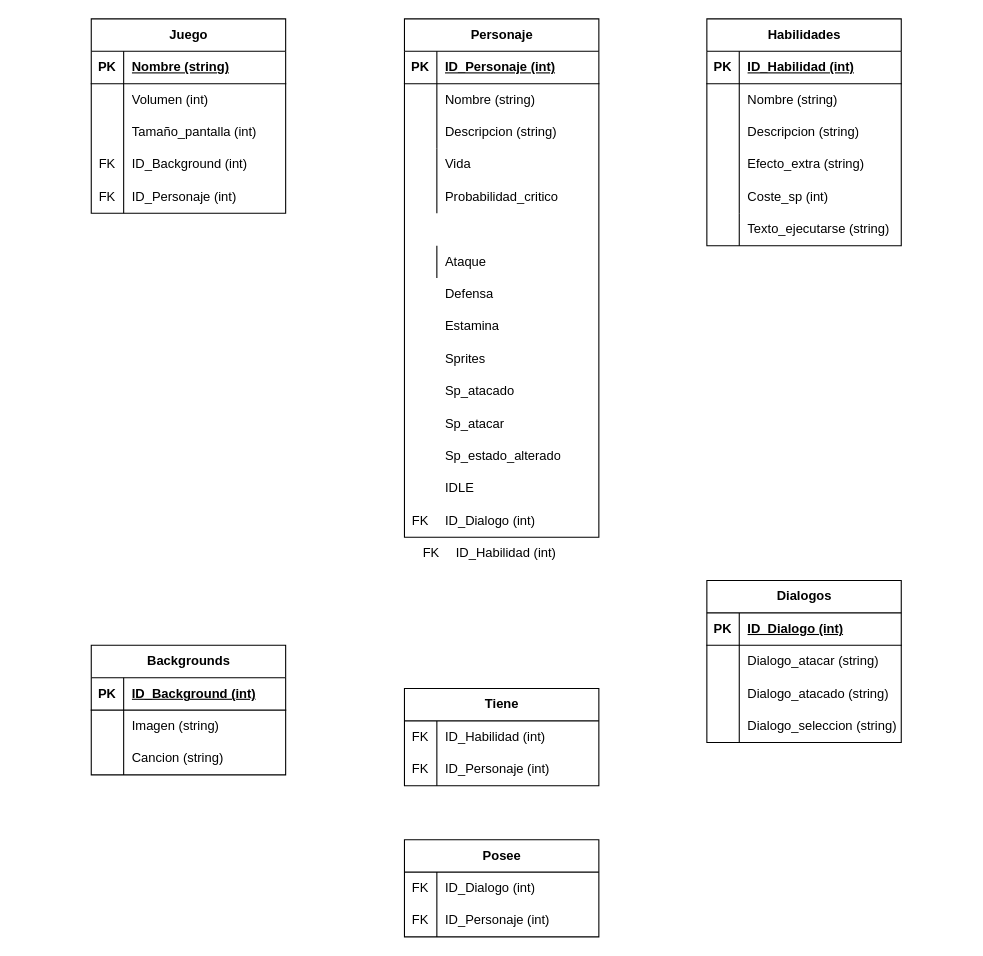
Earlier version of the draw.io diagram Documentacion/mr.drawio (Millicay/stage-combat). Source tidied: cells renumbered, new cells numbered last; positions are measured from the earlier drawing's top-left corner, leaving out a move shared by most shapes. Both pictures are drawn from the tidied source at 108%, with x=0, y=0 at pixel (91, 18).
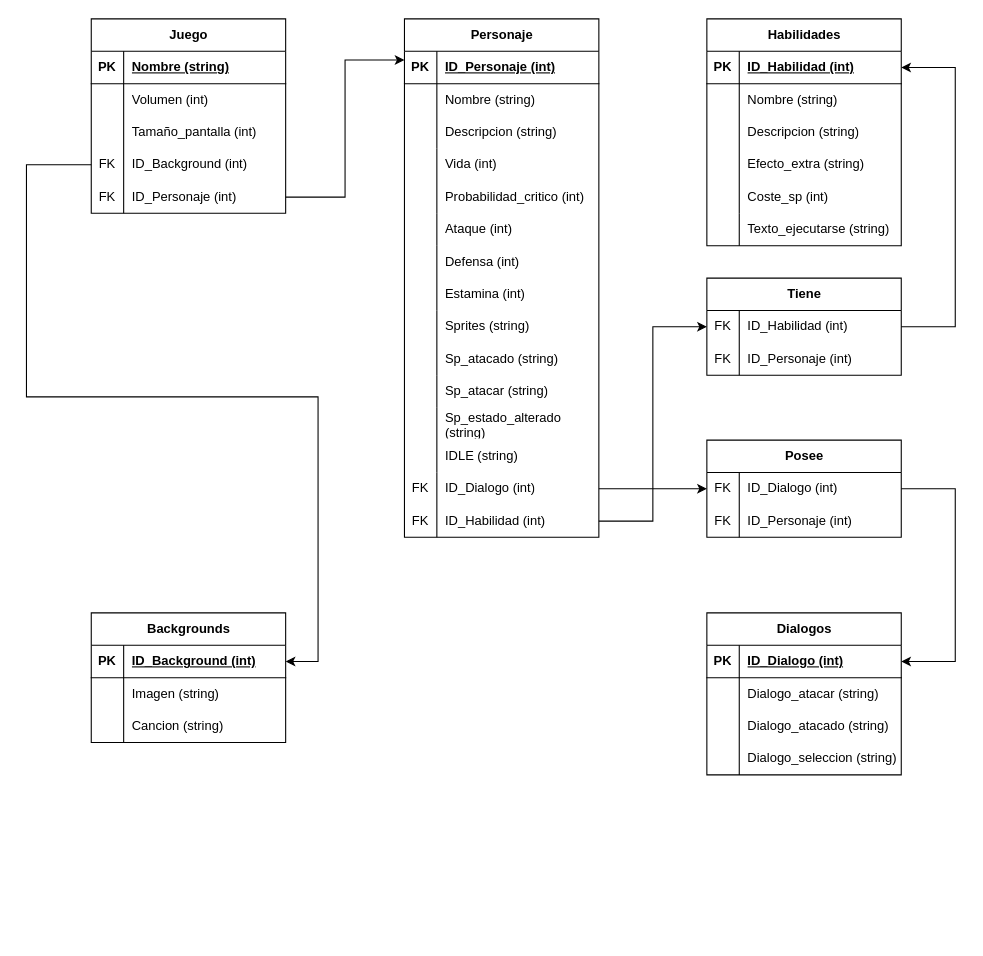
Above is the later version.

Unchanged cells that the change refers to:
```xml
<mxCell id="12" style="shape=tableRow;horizontal=0;startSize=0;swimlaneHead=0;swimlaneBody=0;fillColor=none;points=[[0,0.5],[1,0.5]];portConstraint=eastwest;top=0;left=0;right=0;bottom=0;" parent="2" vertex="1">
  <mxGeometry y="120" width="180" height="30" as="geometry" />
</mxCell>
<mxCell id="15" style="shape=tableRow;horizontal=0;startSize=30;swimlaneHead=0;swimlaneBody=0;fillColor=none;points=[[0,0.5],[1,0.5]];portConstraint=eastwest;top=0;left=0;right=0;bottom=0;" parent="1" vertex="1">
  <mxGeometry y="150" width="180" height="30" as="geometry" />
</mxCell>
<mxCell id="19" style="shape=tableRow;horizontal=0;startSize=0;swimlaneHead=0;swimlaneBody=0;fillColor=none;points=[[0,0.5],[1,0.5]];portConstraint=eastwest;top=0;left=0;right=0;bottom=1;" parent="18" vertex="1">
  <mxGeometry y="30" width="180" height="30" as="geometry" />
</mxCell>
<mxCell id="28" style="shape=tableRow;horizontal=0;startSize=30;swimlaneHead=0;swimlaneBody=0;fillColor=none;top=0;left=0;right=0;bottom=0;" parent="1" vertex="1">
  <mxGeometry x="290" y="120" width="180" height="30" as="geometry" />
</mxCell>
<mxCell id="31" style="shape=tableRow;horizontal=0;startSize=30;swimlaneHead=0;swimlaneBody=0;fillColor=none;top=0;left=0;right=0;bottom=0;" parent="1" vertex="1">
  <mxGeometry x="290" y="150" width="180" height="30" as="geometry" />
</mxCell>
<mxCell id="65" style="shape=tableRow;horizontal=0;startSize=0;swimlaneHead=0;swimlaneBody=0;fillColor=none;points=[[0,0.5],[1,0.5]];portConstraint=eastwest;top=0;left=0;right=0;bottom=1;" parent="64" vertex="1">
  <mxGeometry y="30" width="180" height="30" as="geometry" />
</mxCell>
<mxCell id="84" style="shape=tableRow;horizontal=0;startSize=0;swimlaneHead=0;swimlaneBody=0;fillColor=none;points=[[0,0.5],[1,0.5]];portConstraint=eastwest;top=0;left=0;right=0;bottom=1;" parent="83" vertex="1">
  <mxGeometry y="30" width="180" height="30" as="geometry" />
</mxCell>
<mxCell id="94" style="shape=tableRow;horizontal=0;startSize=0;swimlaneHead=0;swimlaneBody=0;fillColor=none;points=[[0,0.5],[1,0.5]];portConstraint=eastwest;top=0;left=0;right=0;bottom=1;" parent="93" vertex="1">
  <mxGeometry y="30" width="180" height="30" as="geometry" />
</mxCell>
<mxCell id="107" style="shape=tableRow;horizontal=0;startSize=0;swimlaneHead=0;swimlaneBody=0;fillColor=none;points=[[0,0.5],[1,0.5]];portConstraint=eastwest;top=0;left=0;right=0;bottom=0;" parent="106" vertex="1">
  <mxGeometry y="30" width="180" height="30" as="geometry" />
</mxCell>
<mxCell id="114" style="shape=tableRow;horizontal=0;startSize=0;swimlaneHead=0;swimlaneBody=0;fillColor=none;points=[[0,0.5],[1,0.5]];portConstraint=eastwest;top=0;left=0;right=0;bottom=0;" parent="113" vertex="1">
  <mxGeometry y="30" width="180" height="30" as="geometry" />
</mxCell>
```

What changed in the source:
```diff
@@
+    <mxCell id="120" style="edgeStyle=orthogonalEdgeStyle;rounded=0;jettySize=auto;html=1;exitX=1;exitY=0.5;exitDx=0;exitDy=0;entryX=0;entryY=0.267;entryDx=0;entryDy=0;entryPerimeter=0;" parent="1" edge="1" source="15" target="19">
+      <mxGeometry relative="1" as="geometry" />
+    </mxCell>
@@
-    <mxCell id="30" value="Vida" style="shape=partialRectangle;fillColor=none;top=0;left=0;bottom=0;right=0;align=left;spacingLeft=6;overflow=hidden;whiteSpace=wrap;html=1;" parent="28" vertex="1">
+    <mxCell id="30" value="Vida (int)&amp;nbsp;" style="shape=partialRectangle;fillColor=none;top=0;left=0;bottom=0;right=0;align=left;spacingLeft=6;overflow=hidden;whiteSpace=wrap;html=1;" parent="28" vertex="1">
       <mxGeometry x="30" width="150" height="30" as="geometry" />
     </mxCell>
@@
-    <mxCell id="33" value="Probabilidad_critico" style="shape=partialRectangle;fillColor=none;top=0;left=0;bottom=0;right=0;align=left;spacingLeft=6;overflow=hidden;whiteSpace=wrap;html=1;" parent="31" vertex="1">
+    <mxCell id="33" value="Probabilidad_critico (int)" style="shape=partialRectangle;fillColor=none;top=0;left=0;bottom=0;right=0;align=left;spacingLeft=6;overflow=hidden;whiteSpace=wrap;html=1;" parent="31" vertex="1">
       <mxGeometry x="30" width="150" height="30" as="geometry" />
     </mxCell>
     <mxCell id="34" style="shape=tableRow;horizontal=0;startSize=30;swimlaneHead=0;swimlaneBody=0;fillColor=none;top=0;left=0;right=0;bottom=0;" parent="1" vertex="1">
-      <mxGeometry x="290" y="210" width="180" height="30" as="geometry" />
+      <mxGeometry x="290" y="180" width="180" height="30" as="geometry" />
     </mxCell>
@@
-    <mxCell id="36" value="Ataque" style="shape=partialRectangle;fillColor=none;top=0;left=0;bottom=0;right=0;align=left;spacingLeft=6;overflow=hidden;whiteSpace=wrap;html=1;" parent="34" vertex="1">
+    <mxCell id="36" value="Ataque (int)" style="shape=partialRectangle;fillColor=none;top=0;left=0;bottom=0;right=0;align=left;spacingLeft=6;overflow=hidden;whiteSpace=wrap;html=1;" parent="34" vertex="1">
       <mxGeometry x="30" width="150" height="30" as="geometry" />
     </mxCell>
-    <mxCell id="37" style="shape=tableRow;horizontal=0;startSize=0;swimlaneHead=0;swimlaneBody=0;fillColor=none;top=0;left=0;right=0;bottom=0;" parent="1" vertex="1">
-      <mxGeometry x="290" y="240" width="180" height="30" as="geometry" />
+    <mxCell id="37" style="shape=tableRow;horizontal=0;startSize=30;swimlaneHead=0;swimlaneBody=0;fillColor=none;top=0;left=0;right=0;bottom=0;" parent="1" vertex="1">
+      <mxGeometry x="290" y="210" width="180" height="30" as="geometry" />
     </mxCell>
@@
-    <mxCell id="39" value="Defensa" style="shape=partialRectangle;fillColor=none;top=0;left=0;bottom=0;right=0;align=left;spacingLeft=6;overflow=hidden;whiteSpace=wrap;html=1;" parent="37" vertex="1">
+    <mxCell id="39" value="Defensa (int)" style="shape=partialRectangle;fillColor=none;top=0;left=0;bottom=0;right=0;align=left;spacingLeft=6;overflow=hidden;whiteSpace=wrap;html=1;" parent="37" vertex="1">
       <mxGeometry x="30" width="150" height="30" as="geometry" />
     </mxCell>
-    <mxCell id="40" style="shape=tableRow;horizontal=0;startSize=0;swimlaneHead=0;swimlaneBody=0;fillColor=none;top=0;left=0;right=0;bottom=0;" parent="1" vertex="1">
-      <mxGeometry x="290" y="270" width="180" height="30" as="geometry" />
+    <mxCell id="40" style="shape=tableRow;horizontal=0;startSize=30;swimlaneHead=0;swimlaneBody=0;fillColor=none;top=0;left=0;right=0;bottom=0;" parent="1" vertex="1">
+      <mxGeometry x="290" y="240" width="180" height="30" as="geometry" />
     </mxCell>
@@
-    <mxCell id="42" value="Estamina" style="shape=partialRectangle;fillColor=none;top=0;left=0;bottom=0;right=0;align=left;spacingLeft=6;overflow=hidden;whiteSpace=wrap;html=1;" parent="40" vertex="1">
+    <mxCell id="42" value="Estamina (int)" style="shape=partialRectangle;fillColor=none;top=0;left=0;bottom=0;right=0;align=left;spacingLeft=6;overflow=hidden;whiteSpace=wrap;html=1;" parent="40" vertex="1">
       <mxGeometry x="30" width="150" height="30" as="geometry" />
     </mxCell>
-    <mxCell id="43" style="shape=tableRow;horizontal=0;startSize=0;swimlaneHead=0;swimlaneBody=0;fillColor=none;top=0;left=0;right=0;bottom=0;" parent="1" vertex="1">
-      <mxGeometry x="290" y="300" width="180" height="30" as="geometry" />
+    <mxCell id="43" style="shape=tableRow;horizontal=0;startSize=30;swimlaneHead=0;swimlaneBody=0;fillColor=none;top=0;left=0;right=0;bottom=0;" parent="1" vertex="1">
+      <mxGeometry x="290" y="270" width="180" height="30" as="geometry" />
     </mxCell>
@@
-    <mxCell id="45" value="Sprites" style="shape=partialRectangle;fillColor=none;top=0;left=0;bottom=0;right=0;align=left;spacingLeft=6;overflow=hidden;whiteSpace=wrap;html=1;" parent="43" vertex="1">
+    <mxCell id="45" value="Sprites (string)" style="shape=partialRectangle;fillColor=none;top=0;left=0;bottom=0;right=0;align=left;spacingLeft=6;overflow=hidden;whiteSpace=wrap;html=1;" parent="43" vertex="1">
       <mxGeometry x="30" width="150" height="30" as="geometry" />
     </mxCell>
-    <mxCell id="46" style="shape=tableRow;horizontal=0;startSize=0;swimlaneHead=0;swimlaneBody=0;fillColor=none;top=0;left=0;right=0;bottom=0;" parent="1" vertex="1">
-      <mxGeometry x="290" y="330" width="180" height="30" as="geometry" />
+    <mxCell id="46" style="shape=tableRow;horizontal=0;startSize=30;swimlaneHead=0;swimlaneBody=0;fillColor=none;top=0;left=0;right=0;bottom=0;" parent="1" vertex="1">
+      <mxGeometry x="290" y="300" width="180" height="30" as="geometry" />
     </mxCell>
@@
-    <mxCell id="48" value="Sp_atacado" style="shape=partialRectangle;fillColor=none;top=0;left=0;bottom=0;right=0;align=left;spacingLeft=6;overflow=hidden;whiteSpace=wrap;html=1;" parent="46" vertex="1">
+    <mxCell id="48" value="Sp_atacado (string)" style="shape=partialRectangle;fillColor=none;top=0;left=0;bottom=0;right=0;align=left;spacingLeft=6;overflow=hidden;whiteSpace=wrap;html=1;" parent="46" vertex="1">
       <mxGeometry x="30" width="150" height="30" as="geometry" />
     </mxCell>
-    <mxCell id="49" style="shape=tableRow;horizontal=0;startSize=0;swimlaneHead=0;swimlaneBody=0;fillColor=none;top=0;left=0;right=0;bottom=0;" parent="1" vertex="1">
-      <mxGeometry x="290" y="360" width="180" height="30" as="geometry" />
+    <mxCell id="49" style="shape=tableRow;horizontal=0;startSize=30;swimlaneHead=0;swimlaneBody=0;fillColor=none;top=0;left=0;right=0;bottom=0;" parent="1" vertex="1">
+      <mxGeometry x="290" y="330" width="180" height="30" as="geometry" />
     </mxCell>
@@
-    <mxCell id="51" value="Sp_atacar" style="shape=partialRectangle;fillColor=none;top=0;left=0;bottom=0;right=0;align=left;spacingLeft=6;overflow=hidden;whiteSpace=wrap;html=1;" parent="49" vertex="1">
+    <mxCell id="51" value="Sp_atacar (string)" style="shape=partialRectangle;fillColor=none;top=0;left=0;bottom=0;right=0;align=left;spacingLeft=6;overflow=hidden;whiteSpace=wrap;html=1;" parent="49" vertex="1">
       <mxGeometry x="30" width="150" height="30" as="geometry" />
     </mxCell>
-    <mxCell id="52" style="shape=tableRow;horizontal=0;startSize=0;swimlaneHead=0;swimlaneBody=0;fillColor=none;top=0;left=0;right=0;bottom=0;" parent="1" vertex="1">
-      <mxGeometry x="290" y="390" width="180" height="30" as="geometry" />
+    <mxCell id="52" style="shape=tableRow;horizontal=0;startSize=30;swimlaneHead=0;swimlaneBody=0;fillColor=none;top=0;left=0;right=0;bottom=0;" parent="1" vertex="1">
+      <mxGeometry x="290" y="360" width="180" height="30" as="geometry" />
     </mxCell>
@@
-    <mxCell id="54" value="Sp_estado_alterado" style="shape=partialRectangle;fillColor=none;top=0;left=0;bottom=0;right=0;align=left;spacingLeft=6;overflow=hidden;whiteSpace=wrap;html=1;" parent="52" vertex="1">
+    <mxCell id="54" value="Sp_estado_alterado (string)" style="shape=partialRectangle;fillColor=none;top=0;left=0;bottom=0;right=0;align=left;spacingLeft=6;overflow=hidden;whiteSpace=wrap;html=1;" parent="52" vertex="1">
       <mxGeometry x="30" width="150" height="30" as="geometry" />
     </mxCell>
-    <mxCell id="55" style="shape=tableRow;horizontal=0;startSize=0;swimlaneHead=0;swimlaneBody=0;fillColor=none;top=0;left=0;right=0;bottom=0;" parent="1" vertex="1">
-      <mxGeometry x="290" y="420" width="180" height="30" as="geometry" />
+    <mxCell id="55" style="shape=tableRow;horizontal=0;startSize=30;swimlaneHead=0;swimlaneBody=0;fillColor=none;top=0;left=0;right=0;bottom=0;" parent="1" vertex="1">
+      <mxGeometry x="290" y="390" width="180" height="30" as="geometry" />
     </mxCell>
@@
-    <mxCell id="57" value="IDLE" style="shape=partialRectangle;fillColor=none;top=0;left=0;bottom=0;right=0;align=left;spacingLeft=6;overflow=hidden;whiteSpace=wrap;html=1;" parent="55" vertex="1">
+    <mxCell id="57" value="IDLE (string)" style="shape=partialRectangle;fillColor=none;top=0;left=0;bottom=0;right=0;align=left;spacingLeft=6;overflow=hidden;whiteSpace=wrap;html=1;" parent="55" vertex="1">
       <mxGeometry x="30" width="150" height="30" as="geometry" />
     </mxCell>
+    <mxCell id="121" style="edgeStyle=orthogonalEdgeStyle;rounded=0;jettySize=auto;html=1;exitX=1;exitY=0.5;exitDx=0;exitDy=0;entryX=0;entryY=0.5;entryDx=0;entryDy=0;" parent="1" edge="1" source="58" target="114">
+      <mxGeometry relative="1" as="geometry" />
+    </mxCell>
-    <mxCell id="58" style="shape=tableRow;horizontal=0;startSize=0;swimlaneHead=0;swimlaneBody=0;fillColor=none;points=[[0,0.5],[1,0.5]];portConstraint=eastwest;top=0;left=0;right=0;bottom=0;" parent="1" vertex="1">
-      <mxGeometry x="290" y="450" width="180" height="30" as="geometry" />
+    <mxCell id="58" style="shape=tableRow;horizontal=0;startSize=30;swimlaneHead=0;swimlaneBody=0;fillColor=none;points=[[0,0.5],[1,0.5]];portConstraint=eastwest;top=0;left=0;right=0;bottom=0;" parent="1" vertex="1">
+      <mxGeometry x="290" y="420" width="180" height="30" as="geometry" />
     </mxCell>
@@
+    <mxCell id="122" style="edgeStyle=orthogonalEdgeStyle;rounded=0;jettySize=auto;html=1;exitX=1;exitY=0.5;exitDx=0;exitDy=0;entryX=0;entryY=0.5;entryDx=0;entryDy=0;" parent="1" edge="1" source="61" target="107">
+      <mxGeometry relative="1" as="geometry" />
+    </mxCell>
-    <mxCell id="61" style="shape=tableRow;horizontal=0;startSize=0;swimlaneHead=0;swimlaneBody=0;fillColor=none;points=[[0,0.5],[1,0.5]];portConstraint=eastwest;top=0;left=0;right=0;bottom=0;" parent="1" vertex="1">
-      <mxGeometry x="300" y="480" width="180" height="30" as="geometry" />
+    <mxCell id="61" style="shape=tableRow;horizontal=0;startSize=30;swimlaneHead=0;swimlaneBody=0;fillColor=none;points=[[0,0.5],[1,0.5]];portConstraint=eastwest;top=0;left=0;right=0;bottom=0;" parent="1" vertex="1">
+      <mxGeometry x="290" y="450" width="180" height="30" as="geometry" />
     </mxCell>
@@
     <mxCell id="83" value="Backgrounds" style="shape=table;startSize=30;childLayout=tableLayout;rowLines=0;fontStyle=1;align=center;html=1;" parent="1" vertex="1">
-      <mxGeometry y="580" width="180" height="120" as="geometry" />
+      <mxGeometry y="550" width="180" height="120" as="geometry" />
     </mxCell>
@@
     <mxCell id="93" value="Dialogos" style="shape=table;startSize=30;childLayout=tableLayout;rowLines=0;fontStyle=1;align=center;html=1;" parent="1" vertex="1">
-      <mxGeometry x="570" y="520" width="180" height="150" as="geometry" />
+      <mxGeometry x="570" y="550" width="180" height="150" as="geometry" />
     </mxCell>
@@
     <mxCell id="106" value="Tiene" style="shape=table;startSize=30;childLayout=tableLayout;rowLines=0;fontStyle=1;align=center;html=1;" parent="1" vertex="1">
-      <mxGeometry x="290" y="620" width="180" height="90" as="geometry" />
+      <mxGeometry x="570" y="240" width="180" height="90" as="geometry" />
     </mxCell>
@@
     <mxCell id="113" value="Posee" style="shape=table;startSize=30;childLayout=tableLayout;rowLines=0;fontStyle=1;align=center;html=1;" parent="1" vertex="1">
-      <mxGeometry x="290" y="760" width="180" height="90" as="geometry" />
+      <mxGeometry x="570" y="390" width="180" height="90" as="geometry" />
     </mxCell>
@@
+    <mxCell id="123" style="edgeStyle=orthogonalEdgeStyle;rounded=0;jettySize=auto;html=1;exitX=0;exitY=0.5;exitDx=0;exitDy=0;entryX=1;entryY=0.5;entryDx=0;entryDy=0;" parent="1" edge="1" source="12" target="84">
+      <mxGeometry relative="1" as="geometry">
+        <Array as="points">
+          <mxPoint x="-60" y="135" />
+          <mxPoint x="-60" y="350" />
+          <mxPoint x="210" y="350" />
+          <mxPoint x="210" y="595" />
+        </Array>
+      </mxGeometry>
+    </mxCell>
+    <mxCell id="124" style="edgeStyle=orthogonalEdgeStyle;rounded=0;jettySize=auto;html=1;exitX=1;exitY=0.5;exitDx=0;exitDy=0;entryX=1;entryY=0.5;entryDx=0;entryDy=0;" parent="1" edge="1" source="107" target="65">
+      <mxGeometry relative="1" as="geometry">
+        <Array as="points">
+          <mxPoint x="800" y="285" />
+          <mxPoint x="800" y="45" />
+        </Array>
+      </mxGeometry>
+    </mxCell>
+    <mxCell id="125" style="edgeStyle=orthogonalEdgeStyle;rounded=0;jettySize=auto;html=1;exitX=1;exitY=0.5;exitDx=0;exitDy=0;entryX=1;entryY=0.5;entryDx=0;entryDy=0;" parent="1" edge="1" source="114" target="94">
+      <mxGeometry relative="1" as="geometry">
+        <Array as="points">
+          <mxPoint x="800" y="435" />
+          <mxPoint x="800" y="595" />
+        </Array>
+      </mxGeometry>
+    </mxCell>
```
